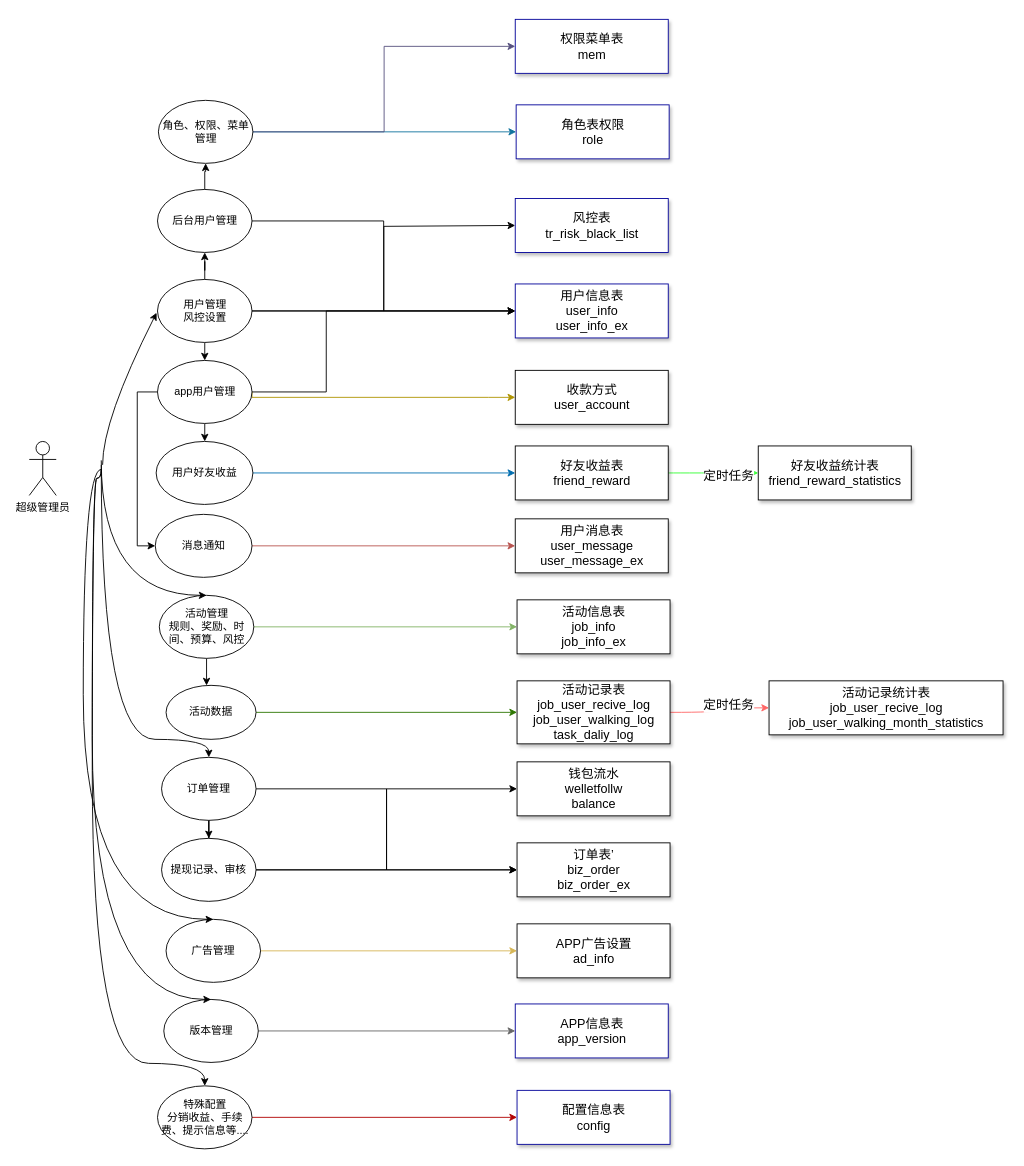
The draw.io diagram 后台.drawio in leilifu/Travel, before the edit. Source tidied: cells renumbered, new cells numbered last; positions are measured from the earlier drawing's top-left corner, leaving out a move shared by most shapes. Both pictures are drawn from the tidied source at 90%, with x=0, y=0 at pixel (29, 19).
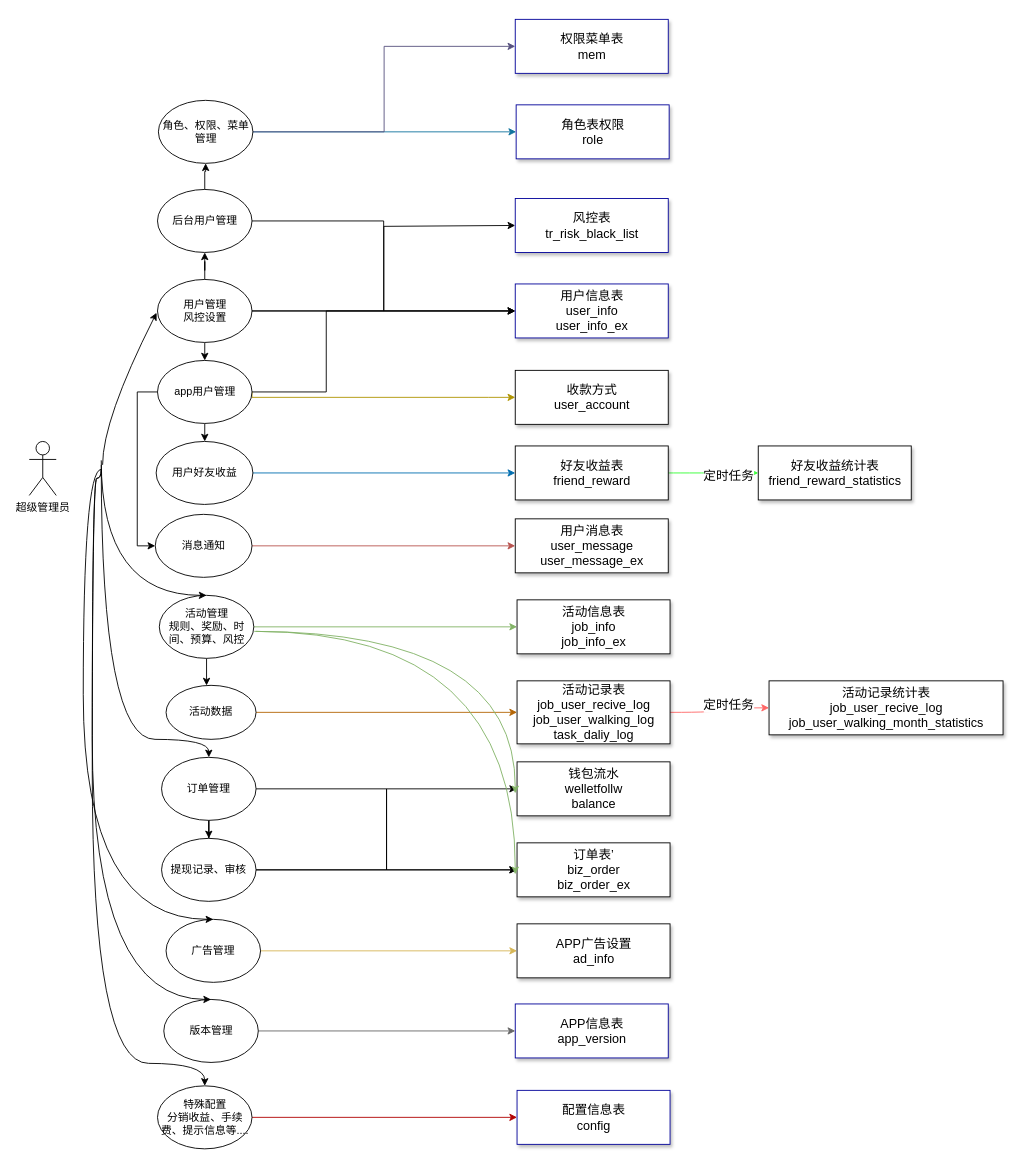
The same diagram, later.

Unchanged cells that the change refers to:
```xml
<mxCell id="13" value="活动数据" style="ellipse;whiteSpace=wrap;html=1;" parent="1" vertex="1">
  <mxGeometry x="152" y="740" width="100" height="60" as="geometry" />
</mxCell>
<mxCell id="49" value="活动记录表&lt;br&gt;job_user_recive_log&lt;br&gt;job_user_walking_log&lt;br&gt;task_daliy_log" style="html=1;fontSize=14;shadow=1;strokeColor=#000000;" parent="1" vertex="1">
  <mxGeometry x="542" y="735" width="170" height="70" as="geometry" />
</mxCell>
```

Change to the diagram source:
```diff
@@
-    <mxCell id="12" style="edgeStyle=orthogonalEdgeStyle;rounded=0;jettySize=auto;html=1;entryX=0;entryY=0.5;entryDx=0;entryDy=0;fillColor=#60a917;strokeColor=#2D7600;" parent="1" edge="1" source="13" target="49">
+    <mxCell id="12" style="edgeStyle=orthogonalEdgeStyle;rounded=0;jettySize=auto;html=1;entryX=0;entryY=0.5;entryDx=0;entryDy=0;fillColor=#fad7ac;strokeColor=#b46504;" parent="1" edge="1" source="13" target="49">
       <mxGeometry relative="1" as="geometry" />
     </mxCell>
@@
+    <mxCell id="66" style="edgeStyle=orthogonalEdgeStyle;curved=1;rounded=0;orthogonalLoop=1;jettySize=auto;html=1;fontSize=14;strokeColor=#82b366;fillColor=#d5e8d4;" parent="1" edge="1">
+      <mxGeometry relative="1" as="geometry">
+        <mxPoint x="252" y="680" as="sourcePoint" />
+        <mxPoint x="540" y="950" as="targetPoint" />
+      </mxGeometry>
+    </mxCell>
+    <mxCell id="67" style="edgeStyle=orthogonalEdgeStyle;curved=1;rounded=0;orthogonalLoop=1;jettySize=auto;html=1;fontSize=14;strokeColor=#82b366;fillColor=#d5e8d4;" parent="1" edge="1">
+      <mxGeometry relative="1" as="geometry">
+        <mxPoint x="250" y="680" as="sourcePoint" />
+        <mxPoint x="540" y="860" as="targetPoint" />
+      </mxGeometry>
+    </mxCell>
```
